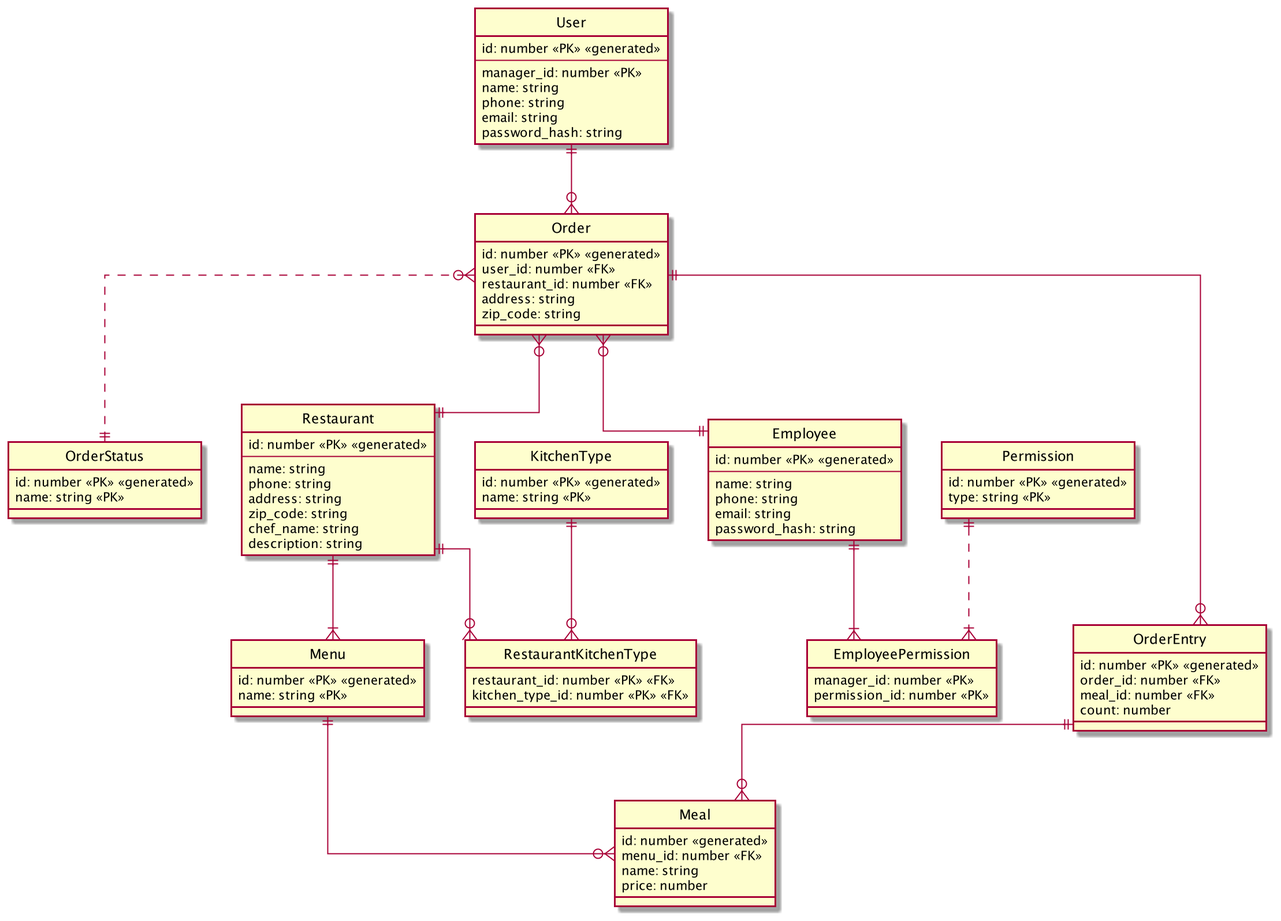
Before: lab1/scheme.png, a diagram exported from PlantUML (shchuko/dblabs).
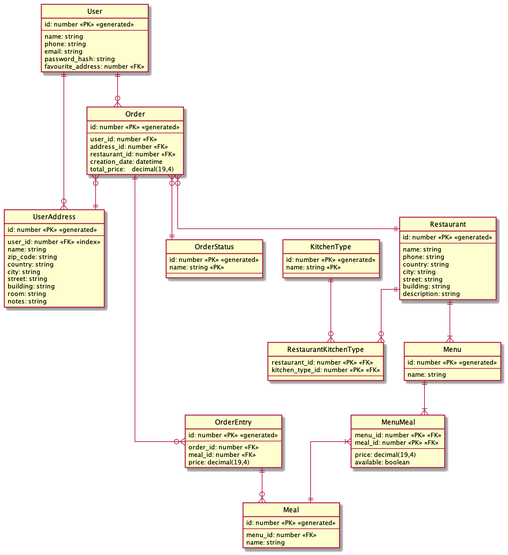
The same file after the commit.

What changed in the source:
```diff
@@ -7,102 +7,113 @@
 entity "User" {
   id: number <<PK>> <<generated>>
   --
-  manager_id: number <<PK>>
   name: string
   phone: string
   email: string
   password_hash: string
+  favourite_address: number <<FK>>
 }
 
-entity "Employee" {
+entity "UserAddress" {
   id: number <<PK>> <<generated>>
   --
+  user_id: number <<FK>> <<index>>
   name: string
-  phone: string
-  email: string
-  password_hash: string
-}
-
-entity "EmployeePermission" {
- manager_id: number <<PK>>
- permission_id: number <<PK>>
-}
-
-entity "Permission" {
-  id: number <<PK>> <<generated>>
-  type: string <<PK>>
+  zip_code: string
+  country: string
+  city: string
+  street: string
+  building: string
+  room: string
+  notes: string
 }
 
 entity "Order" {
   id: number <<PK>> <<generated>>
+  --
   user_id: number <<FK>>
+  address_id: number <<FK>>
   restaurant_id: number <<FK>>
-  address: string
-  zip_code: string
+  creation_date: datetime
+  total_price: 	decimal(19,4)
 }
 
 entity "OrderEntry" {
   id: number <<PK>> <<generated>>
+  --
   order_id: number <<FK>>
   meal_id: number <<FK>>
-  count: number
+  price: decimal(19,4)
 }
 
 entity "OrderStatus" {
   id: number <<PK>> <<generated>>
   name: string <<PK>>
+  --
 }
 
 entity "Restaurant" {
   id: number <<PK>> <<generated>>
-  ---
+  --
   name: string
   phone: string
-  address: string
-  zip_code: string
-  chef_name: string
+  country: string
+  city: string
+  street: string
+  building: string
   description: string
 }
 
 entity "RestaurantKitchenType" {
   restaurant_id: number <<PK>> <<FK>>
   kitchen_type_id: number <<PK>> <<FK>>
+  --
 }
 
 entity "KitchenType" {
   id: number <<PK>> <<generated>>
   name: string <<PK>>
+  --
 }
 
 entity "Menu" {
   id: number <<PK>> <<generated>>
-  name: string <<PK>>
+  --
+  name: string
+}
+
+entity "MenuMeal" {
+  menu_id: number <<PK>> <<FK>>
+  meal_id: number <<PK>> <<FK>>
+  --
+  price: decimal(19,4)
+  available: boolean
 }
 
 entity "Meal" {
-  id: number <<generated>>
+  id: number <<PK>> <<generated>>
+  --
   menu_id: number <<FK>>
   name: string
-  price: number
 }
 
 "User" ||--o{ "Order"
+"User" ||--o{ "UserAddress"
 
-"Order" }o..|| "OrderStatus"
+"Order" }o--|| "OrderStatus"
+"Order" }o--|| "UserAddress"
+
 "Order" }o--|| "Restaurant"
 "Order" ||--o{ "OrderEntry"
-"Order" }o--|| "Employee"
 
 "OrderEntry" ||--o{ "Meal"
+
+"KitchenType" ||--o{ "RestaurantKitchenType"
 
 "Restaurant" ||--o{ "RestaurantKitchenType"
 "Restaurant" ||--|{ "Menu"
 
-"KitchenType" ||--o{ "RestaurantKitchenType"
-
-"Menu" ||--o{ "Meal"
-
-"Employee" ||--|{ "EmployeePermission"
-"Permission" ||..|{ "EmployeePermission"
+"Menu" ||--|{ "MenuMeal"
+"MenuMeal" }|--|| "Meal"
 
 @enduml
```
